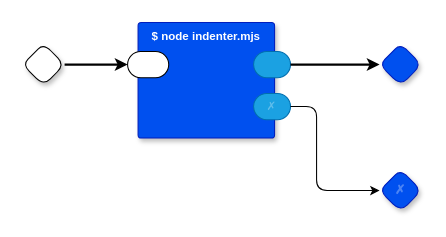
guitarvydas/rt keeps this draw.io diagram as page "Common Lisp Indenter" (6 of 7) of rt2cl.drawio. Above is the earlier version. Source tidied: cells renumbered, new cells numbered last; positions are measured from the earlier drawing's top-left corner, leaving out a move shared by most shapes. Both pictures are drawn from the tidied source at 105%, with x=0, y=0 at pixel (22, 22).
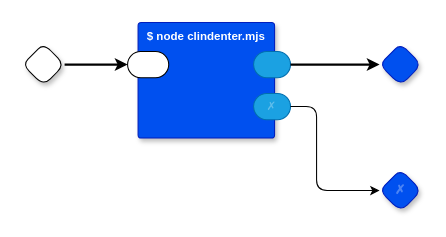
After the change.

What changed in the source:
```diff
@@
 <mxGraphModel>
   <root>
     <mxCell id="0" />
     <mxCell id="1" parent="0" />
     <mxCell id="2" style="rhombus;whiteSpace=wrap;html=1;rounded=1;fontStyle=1;glass=0;sketch=0;fontSize=12;points=[[0,0.5,0,0,0],[0.5,0,0,0,0],[0.5,1,0,0,0],[1,0.5,0,0,0]];shadow=1;fontFamily=Helvetica;fontColor=default;" parent="1" vertex="1">
       <mxGeometry y="20" width="40" height="40" as="geometry" />
     </mxCell>
     <mxCell id="3" style="rhombus;whiteSpace=wrap;html=1;rounded=1;fontStyle=1;glass=0;sketch=0;fontSize=12;points=[[0,0.5,0,0,0],[0.5,0,0,0,0],[0.5,1,0,0,0],[1,0.5,0,0,0]];shadow=1;fillColor=#0050ef;fontColor=#ffffff;strokeColor=#001DBC;fontFamily=Helvetica;" parent="1" vertex="1">
       <mxGeometry x="340" y="20" width="40" height="40" as="geometry" />
     </mxCell>
     <mxCell id="4" value="✗" style="rhombus;whiteSpace=wrap;html=1;rounded=1;fillColor=#0050ef;fontColor=#ffffff;strokeColor=#001DBC;fontStyle=1;glass=0;sketch=0;fontSize=12;points=[[0,0.5,0,0,0],[0.5,0,0,0,0],[0.5,1,0,0,0],[1,0.5,0,0,0]];shadow=1;textOpacity=30;" parent="1" vertex="1">
       <mxGeometry x="340" y="140" width="40" height="40" as="geometry" />
     </mxCell>
-    <mxCell id="5" value="$ node indenter.mjs" style="rounded=1;sketch=0;verticalAlign=top;arcSize=6;fontStyle=1;absoluteArcSize=1;shadow=1;strokeColor=#001DBC;fillColor=#0050ef;fontColor=#ffffff;fontFamily=Helvetica;fontSize=11;" parent="1" vertex="1">
+    <mxCell id="5" value="$ node clindenter.mjs" style="rounded=1;sketch=0;verticalAlign=top;arcSize=6;fontStyle=1;absoluteArcSize=1;shadow=1;strokeColor=#001DBC;fillColor=#0050ef;fontColor=#ffffff;fontFamily=Helvetica;fontSize=11;" parent="1" vertex="1">
       <mxGeometry x="110" width="130" height="110" as="geometry" />
     </mxCell>
     <mxCell id="6" style="rounded=1;whiteSpace=wrap;html=1;sketch=0;points=[[0,0.5,0,0,0],[1,0.5,0,0,0]];arcSize=50;fontFamily=Helvetica;fontSize=11;fontColor=default;" parent="5" vertex="1">
       <mxGeometry x="-10" y="27.5" width="39.2" height="25" as="geometry" />
     </mxCell>
     <mxCell id="7" style="rounded=1;whiteSpace=wrap;html=1;sketch=0;points=[[0,0.5,0,0,0],[1,0.5,0,0,0]];fillColor=#1ba1e2;fontColor=#ffffff;strokeColor=#006EAF;arcSize=50;fontFamily=Helvetica;fontSize=11;" parent="5" vertex="1">
       <mxGeometry x="110" y="27.5" width="35.2" height="25" as="geometry" />
     </mxCell>
     <mxCell id="8" value="✗" style="rounded=1;whiteSpace=wrap;html=1;sketch=0;points=[[0,0.5,0,0,0],[1,0.5,0,0,0]];fillColor=#1ba1e2;fontColor=#ffffff;strokeColor=#006EAF;arcSize=50;fontFamily=Helvetica;fontSize=11;textOpacity=30;" parent="5" vertex="1">
       <mxGeometry x="110" y="67.5" width="35.2" height="25" as="geometry" />
     </mxCell>
     <mxCell id="9" style="edgeStyle=orthogonalEdgeStyle;rounded=0;jettySize=auto;html=1;exitX=1;exitY=0.5;exitDx=0;exitDy=0;exitPerimeter=0;entryX=0;entryY=0.5;entryDx=0;entryDy=0;entryPerimeter=0;strokeWidth=2;" parent="1" edge="1" source="2" target="6">
       <mxGeometry relative="1" as="geometry" />
     </mxCell>
     <mxCell id="10" style="edgeStyle=orthogonalEdgeStyle;rounded=0;jettySize=auto;html=1;exitX=1;exitY=0.5;exitDx=0;exitDy=0;exitPerimeter=0;strokeWidth=2;entryX=0;entryY=0.5;entryDx=0;entryDy=0;entryPerimeter=0;" parent="1" edge="1" source="7" target="3">
       <mxGeometry relative="1" as="geometry" />
     </mxCell>
     <mxCell id="11" style="edgeStyle=orthogonalEdgeStyle;rounded=1;jettySize=auto;html=1;exitX=1;exitY=0.5;exitDx=0;exitDy=0;exitPerimeter=0;entryX=0;entryY=0.5;entryDx=0;entryDy=0;entryPerimeter=0;curved=0;" parent="1" edge="1" source="8" target="4">
       <mxGeometry relative="1" as="geometry">
         <Array as="points">
           <mxPoint x="280" y="80" />
           <mxPoint x="280" y="160" />
         </Array>
       </mxGeometry>
     </mxCell>
   </root>
 </mxGraphModel>
```
